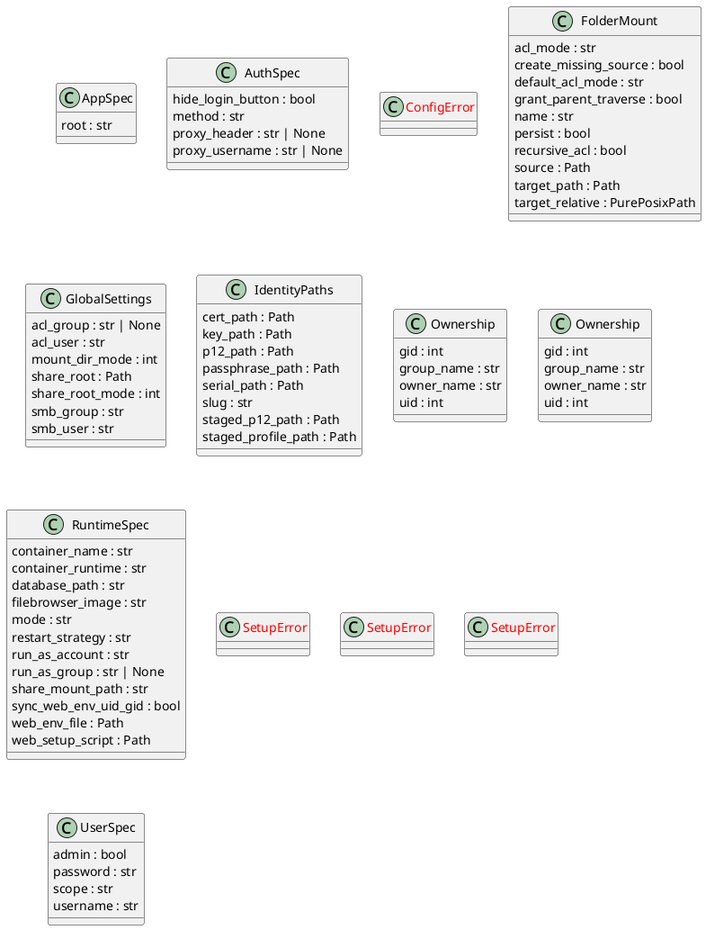
This is docs/diagrams/python-classes.puml.png from casonk/snowbridge, a PlantUML export, as it was before one commit.
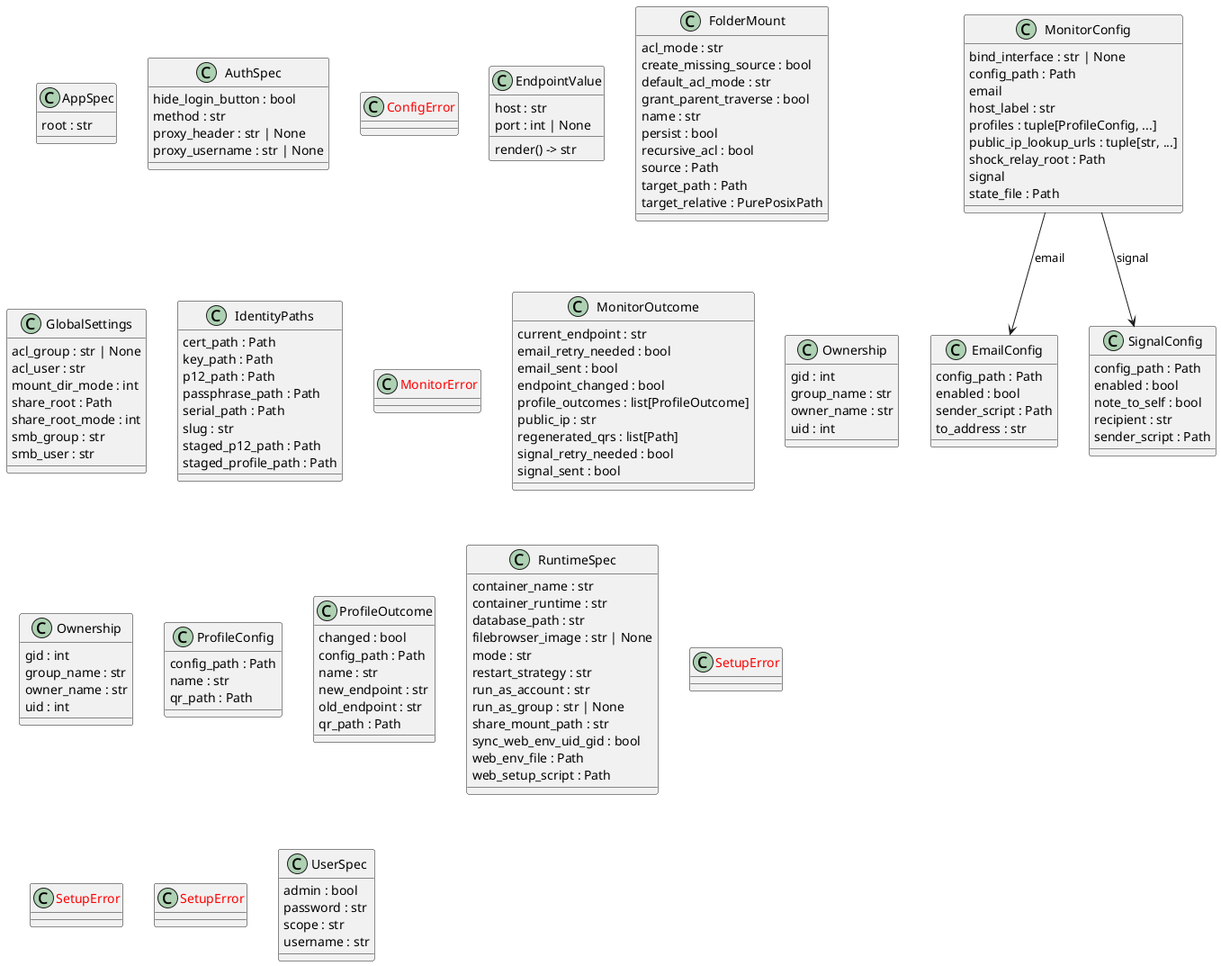
After the commit.

What changed in the source:
```diff
@@ -10,6 +10,17 @@
   proxy_username : str | None
 }
 class "<color:red>ConfigError</color>" as setup_bind_share.ConfigError {
+}
+class "EmailConfig" as check_wireguard_endpoint.EmailConfig {
+  config_path : Path
+  enabled : bool
+  sender_script : Path
+  to_address : str
+}
+class "EndpointValue" as check_wireguard_endpoint.EndpointValue {
+  host : str
+  port : int | None
+  render() -> str
 }
 class "FolderMount" as setup_bind_share.FolderMount {
   acl_mode : str
@@ -42,6 +53,30 @@
   staged_p12_path : Path
   staged_profile_path : Path
 }
+class "MonitorConfig" as check_wireguard_endpoint.MonitorConfig {
+  bind_interface : str | None
+  config_path : Path
+  email
+  host_label : str
+  profiles : tuple[ProfileConfig, ...]
+  public_ip_lookup_urls : tuple[str, ...]
+  shock_relay_root : Path
+  signal
+  state_file : Path
+}
+class "<color:red>MonitorError</color>" as check_wireguard_endpoint.MonitorError {
+}
+class "MonitorOutcome" as check_wireguard_endpoint.MonitorOutcome {
+  current_endpoint : str
+  email_retry_needed : bool
+  email_sent : bool
+  endpoint_changed : bool
+  profile_outcomes : list[ProfileOutcome]
+  public_ip : str
+  regenerated_qrs : list[Path]
+  signal_retry_needed : bool
+  signal_sent : bool
+}
 class "Ownership" as export_caddy_mtls_profile.Ownership {
   gid : int
   group_name : str
@@ -54,11 +89,24 @@
   owner_name : str
   uid : int
 }
+class "ProfileConfig" as check_wireguard_endpoint.ProfileConfig {
+  config_path : Path
+  name : str
+  qr_path : Path
+}
+class "ProfileOutcome" as check_wireguard_endpoint.ProfileOutcome {
+  changed : bool
+  config_path : Path
+  name : str
+  new_endpoint : str
+  old_endpoint : str
+  qr_path : Path
+}
 class "RuntimeSpec" as setup_filebrowser_access.RuntimeSpec {
   container_name : str
   container_runtime : str
   database_path : str
-  filebrowser_image : str
+  filebrowser_image : str | None
   mode : str
   restart_strategy : str
   run_as_account : str
@@ -74,10 +122,19 @@
 }
 class "<color:red>SetupError</color>" as setup_filebrowser_access.SetupError {
 }
+class "SignalConfig" as check_wireguard_endpoint.SignalConfig {
+  config_path : Path
+  enabled : bool
+  note_to_self : bool
+  recipient : str
+  sender_script : Path
+}
 class "UserSpec" as setup_filebrowser_access.UserSpec {
   admin : bool
   password : str
   scope : str
   username : str
 }
+check_wireguard_endpoint.MonitorConfig --> check_wireguard_endpoint.EmailConfig : email
+check_wireguard_endpoint.MonitorConfig --> check_wireguard_endpoint.SignalConfig : signal
 @enduml
```
